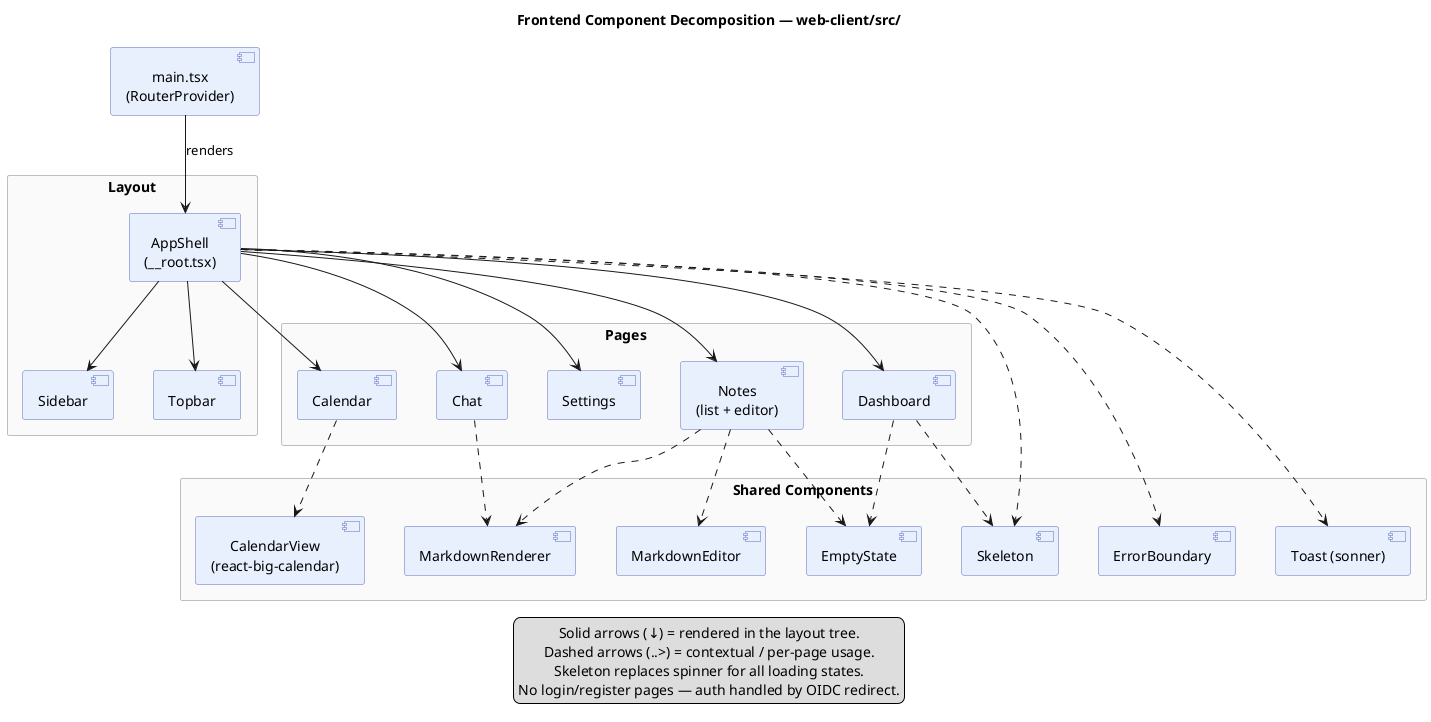
Before: docs/frontend/component-decomposition.png, a diagram exported from PlantUML (AET-DevOps26/team-devopss26). Source of this version:
```plantuml
@startuml
skinparam shadowing false
skinparam nodesep 40
skinparam ranksep 50
skinparam defaultTextAlignment center

skinparam rectangle {
  BackgroundColor #FAFAFA
  BorderColor #BDBDBD
}
skinparam component {
  BackgroundColor #E8F0FE
  BorderColor #5C6BC0
}

title Frontend Component Decomposition — web-client/src/
top to bottom direction

component "main.tsx\n(RouterProvider)" as ENTRY

rectangle "Layout" as LAYOUT {
  component "AppShell\n(__root.tsx)" as SHELL
  component "Sidebar" as SIDEBAR
  component "Topbar" as TOPBAR
}

rectangle "Pages" as PAGES {
  component "Dashboard" as DASH
  component "Notes\n(list + editor)" as NOTES
  component "Calendar" as CAL
  component "Chat" as CHAT
  component "Settings" as SETT
}

rectangle "Shared Components" as SHARED {
  component "ErrorBoundary" as ERR
  component "EmptyState" as EMPTY
  component "Skeleton" as SKELETON
  component "Toast (sonner)" as TOAST
  component "MarkdownEditor" as MDEDIT
  component "MarkdownRenderer" as MDRENDER
  component "CalendarView\n(react-big-calendar)" as CALVIEW
}

ENTRY -down-> SHELL : renders

SHELL  -down-> SIDEBAR
SHELL  -down-> TOPBAR
SHELL  -down-> DASH
SHELL  -down-> NOTES
SHELL  -down-> CAL
SHELL  -down-> CHAT
SHELL  -down-> SETT

DASH   ..> EMPTY
DASH   ..> SKELETON
NOTES  ..> EMPTY
NOTES  ..> MDEDIT
NOTES  ..> MDRENDER
CAL    ..> CALVIEW
CHAT   ..> MDRENDER

SHELL  ..> ERR
SHELL  ..> TOAST
SHELL  ..> SKELETON

legend bottom
  Solid arrows (↓) = rendered in the layout tree.
  Dashed arrows (..>) = contextual / per-page usage.
  Skeleton replaces spinner for all loading states.
  No login/register pages — auth handled by OIDC redirect.
endlegend

@enduml
```
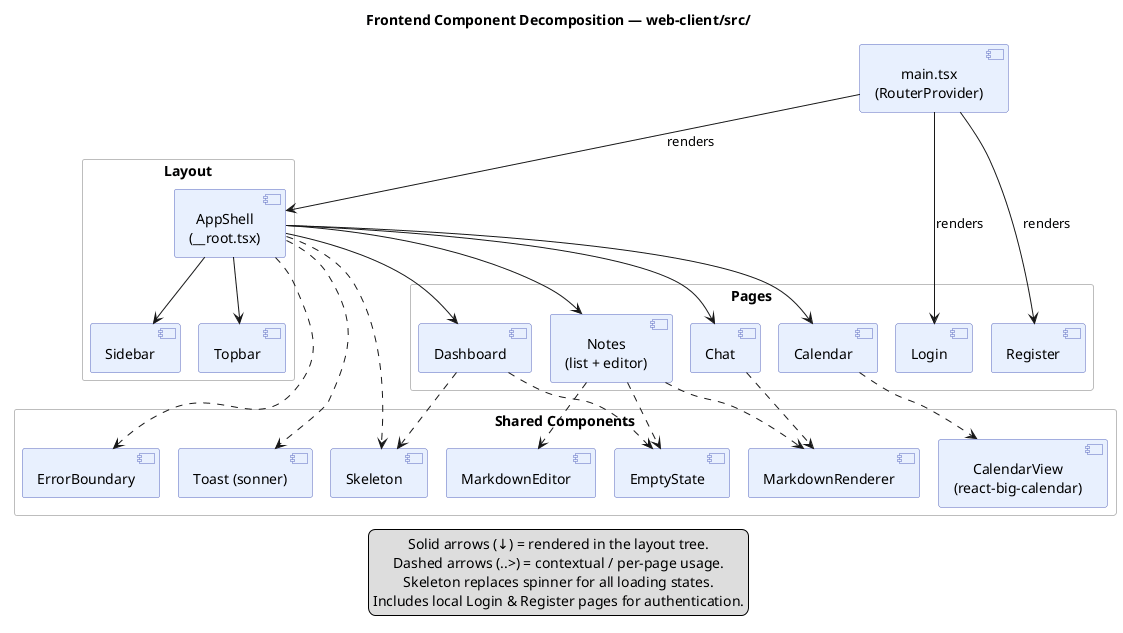
Later version of the same file.

Change to the diagram source:
```diff
@@ -1,4 +1,5 @@
 @startuml
+!pragma layout smetana
 skinparam shadowing false
 skinparam nodesep 40
 skinparam ranksep 50
@@ -29,7 +30,8 @@
   component "Notes\n(list + editor)" as NOTES
   component "Calendar" as CAL
   component "Chat" as CHAT
-  component "Settings" as SETT
+  component "Login" as LOGIN
+  component "Register" as REGISTER
 }
 
 rectangle "Shared Components" as SHARED {
@@ -43,6 +45,8 @@
 }
 
 ENTRY -down-> SHELL : renders
+ENTRY -down-> LOGIN : renders
+ENTRY -down-> REGISTER : renders
 
 SHELL  -down-> SIDEBAR
 SHELL  -down-> TOPBAR
@@ -50,7 +54,6 @@
 SHELL  -down-> NOTES
 SHELL  -down-> CAL
 SHELL  -down-> CHAT
-SHELL  -down-> SETT
 
 DASH   ..> EMPTY
 DASH   ..> SKELETON
@@ -68,7 +71,7 @@
   Solid arrows (↓) = rendered in the layout tree.
   Dashed arrows (..>) = contextual / per-page usage.
   Skeleton replaces spinner for all loading states.
-  No login/register pages — auth handled by OIDC redirect.
+  Includes local Login & Register pages for authentication.
 endlegend
 
 @enduml
```
